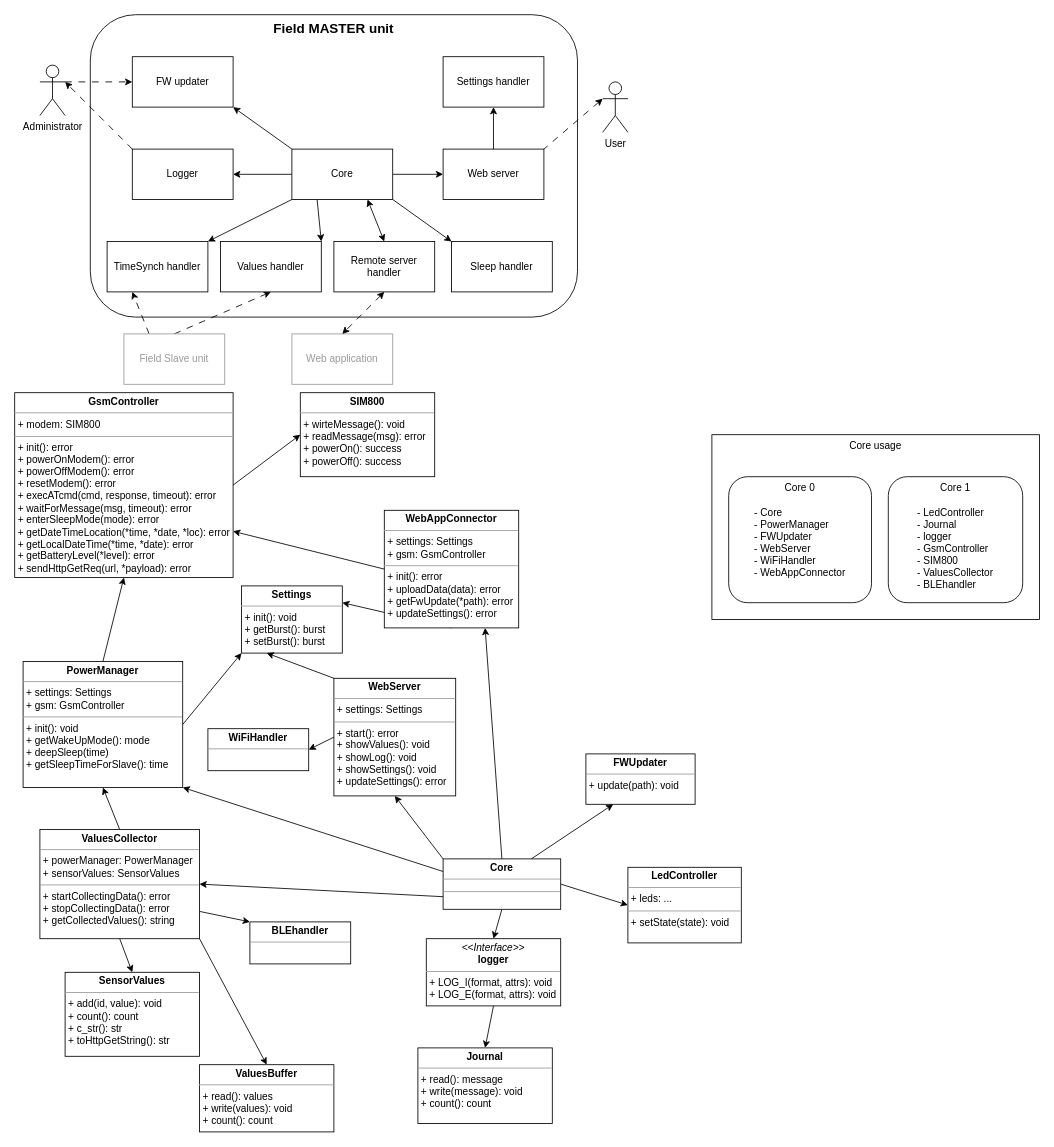
This is page "Master unit" (7 of 7) of docs/Apiary_charts_and_views.drawio from Barabas19/Apiary_system, a draw.io file, before an edit. Source tidied: cells renumbered, new cells numbered last; positions are measured from the earlier drawing's top-left corner, leaving out a move shared by most shapes. Both pictures are drawn from the tidied source at 84%, with x=0, y=0 at pixel (14, 14).
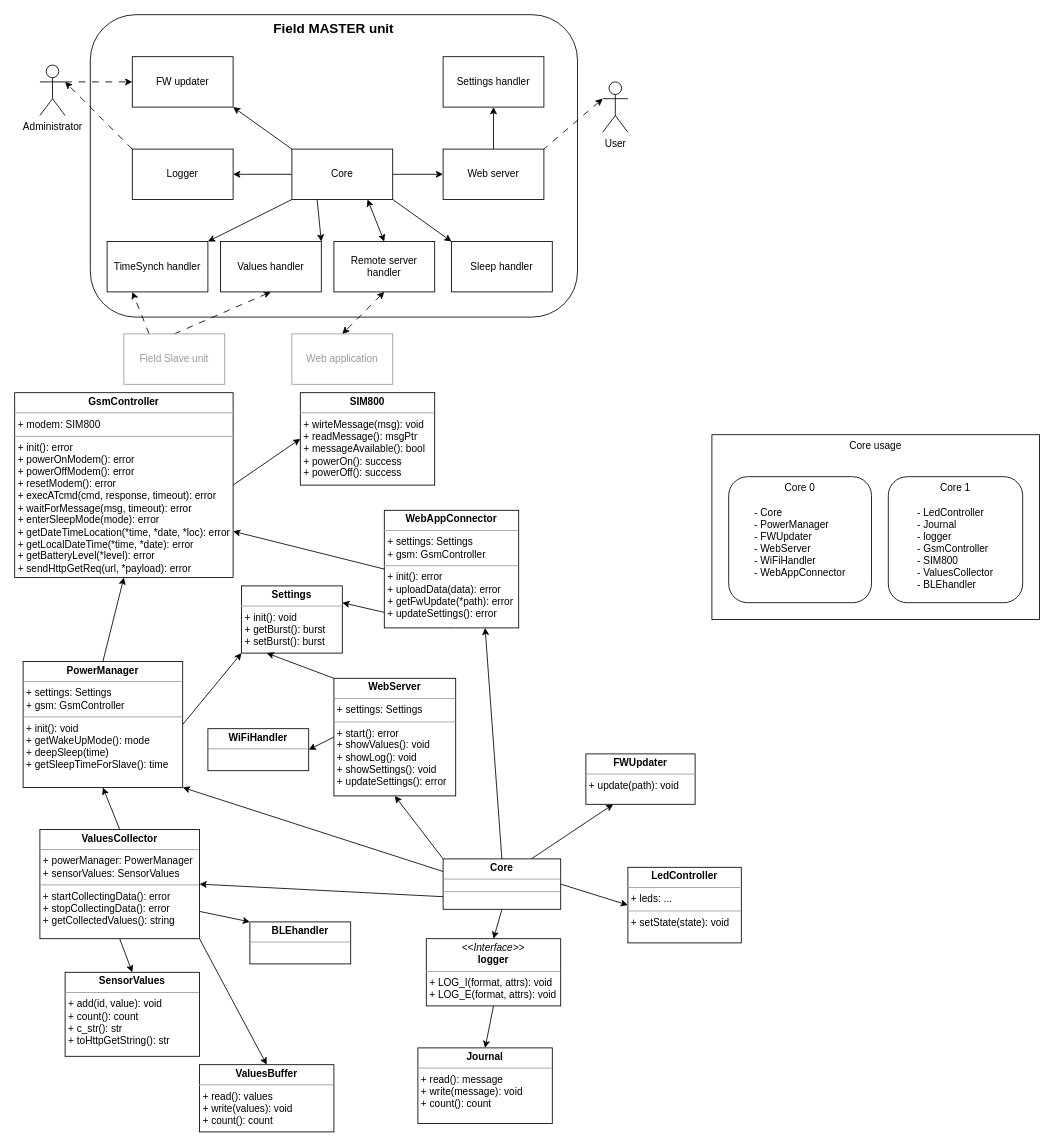
After the change.

Commit message:
Update Master unit design

The edit, as a diff of the source:
```diff
@@
-    <mxCell id="30" value="&lt;p style=&quot;margin:0px;margin-top:4px;text-align:center;&quot;&gt;&lt;b&gt;SIM800&lt;/b&gt;&lt;/p&gt;&lt;hr size=&quot;1&quot;&gt;&lt;p style=&quot;margin:0px;margin-left:4px;&quot;&gt;&lt;/p&gt;&lt;p style=&quot;margin:0px;margin-left:4px;&quot;&gt;+ wirteMessage(): void&lt;/p&gt;&lt;p style=&quot;margin:0px;margin-left:4px;&quot;&gt;+ readMessage(msg): error&lt;/p&gt;&lt;p style=&quot;margin:0px;margin-left:4px;&quot;&gt;+ powerOn(): success&lt;/p&gt;&lt;p style=&quot;margin:0px;margin-left:4px;&quot;&gt;+ powerOff(): success&lt;/p&gt;" style="verticalAlign=top;align=left;overflow=fill;fontSize=12;fontFamily=Helvetica;html=1;whiteSpace=wrap;" parent="1" vertex="1">
-      <mxGeometry x="340" y="450" width="160" height="100" as="geometry" />
+    <mxCell id="30" value="&lt;p style=&quot;margin:0px;margin-top:4px;text-align:center;&quot;&gt;&lt;b&gt;SIM800&lt;/b&gt;&lt;/p&gt;&lt;hr size=&quot;1&quot;&gt;&lt;p style=&quot;margin:0px;margin-left:4px;&quot;&gt;&lt;/p&gt;&lt;p style=&quot;margin:0px;margin-left:4px;&quot;&gt;+ wirteMessage(msg): void&lt;/p&gt;&lt;p style=&quot;margin:0px;margin-left:4px;&quot;&gt;+ readMessage(): msgPtr&lt;/p&gt;&lt;p style=&quot;margin:0px;margin-left:4px;&quot;&gt;+ messageAvailable(): bool&lt;/p&gt;&lt;p style=&quot;margin:0px;margin-left:4px;&quot;&gt;+ powerOn(): success&lt;/p&gt;&lt;p style=&quot;margin:0px;margin-left:4px;&quot;&gt;+ powerOff(): success&lt;/p&gt;" style="verticalAlign=top;align=left;overflow=fill;fontSize=12;fontFamily=Helvetica;html=1;whiteSpace=wrap;" parent="1" vertex="1">
+      <mxGeometry x="340" y="450" width="160" height="110" as="geometry" />
     </mxCell>
```
